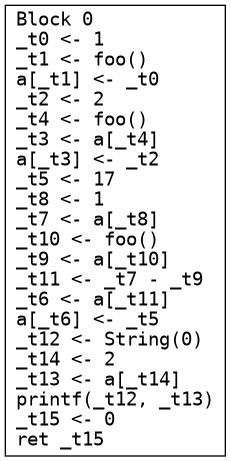
Above: main.png in seanchuck/compiler-s25 (Graphviz), before the change. Its source is kept beside it as main.dot.
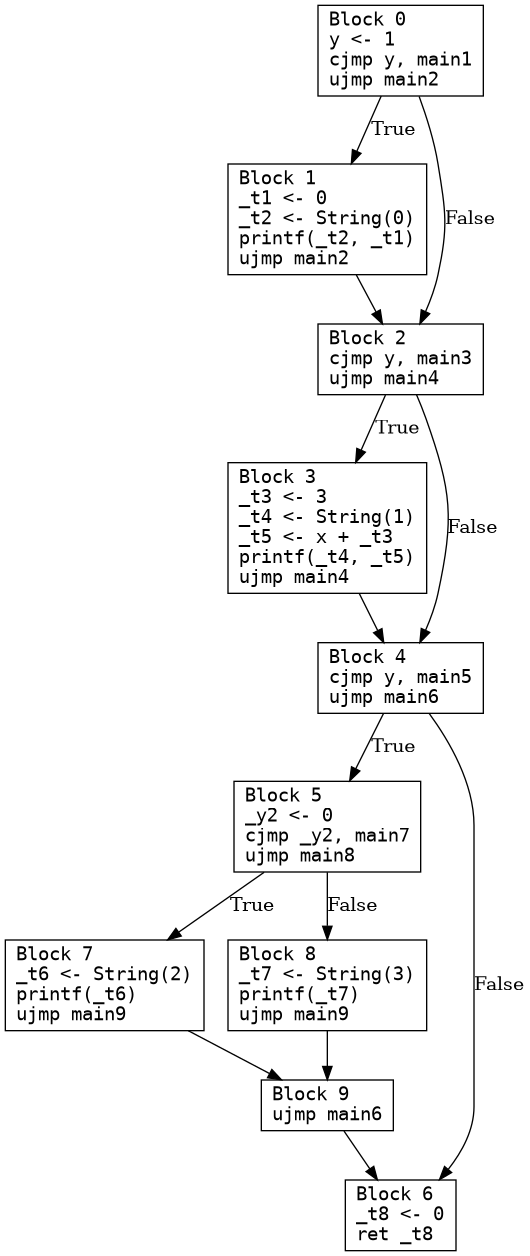
The same file after the commit.

Change to the diagram source:
```diff
@@ -1,4 +1,26 @@
 digraph CFG {
   node [shape=box fontname="monospace"];
-  0 [label="Block 0\l_t0 <- 1\l_t1 <- foo()\la[_t1] <- _t0\l_t2 <- 2\l_t4 <- foo()\l_t3 <- a[_t4]\la[_t3] <- _t2\l_t5 <- 17\l_t8 <- 1\l_t7 <- a[_t8]\l_t10 <- foo()\l_t9 <- a[_t10]\l_t11 <- _t7 - _t9\l_t6 <- a[_t11]\la[_t6] <- _t5\l_t12 <- String(0)\l_t14 <- 2\l_t13 <- a[_t14]\lprintf(_t12, _t13)\l_t15 <- 0\lret _t15\l"];
+  0 [label="Block 0\ly <- 1\lcjmp y, main1\lujmp main2\l"];
+  1 [label="Block 1\l_t1 <- 0\l_t2 <- String(0)\lprintf(_t2, _t1)\lujmp main2\l"];
+  2 [label="Block 2\lcjmp y, main3\lujmp main4\l"];
+  3 [label="Block 3\l_t3 <- 3\l_t4 <- String(1)\l_t5 <- x + _t3\lprintf(_t4, _t5)\lujmp main4\l"];
+  4 [label="Block 4\lcjmp y, main5\lujmp main6\l"];
+  5 [label="Block 5\l_y2 <- 0\lcjmp _y2, main7\lujmp main8\l"];
+  6 [label="Block 6\l_t8 <- 0\lret _t8\l"];
+  7 [label="Block 7\l_t6 <- String(2)\lprintf(_t6)\lujmp main9\l"];
+  8 [label="Block 8\l_t7 <- String(3)\lprintf(_t7)\lujmp main9\l"];
+  9 [label="Block 9\lujmp main6\l"];
+  0 -> 1 [label="True"];
+  0 -> 2 [label="False"];
+  1 -> 2 [label=""];
+  2 -> 4 [label="False"];
+  2 -> 3 [label="True"];
+  3 -> 4 [label=""];
+  4 -> 5 [label="True"];
+  4 -> 6 [label="False"];
+  5 -> 7 [label="True"];
+  5 -> 8 [label="False"];
+  7 -> 9 [label=""];
+  8 -> 9 [label=""];
+  9 -> 6 [label=""];
 }
```
